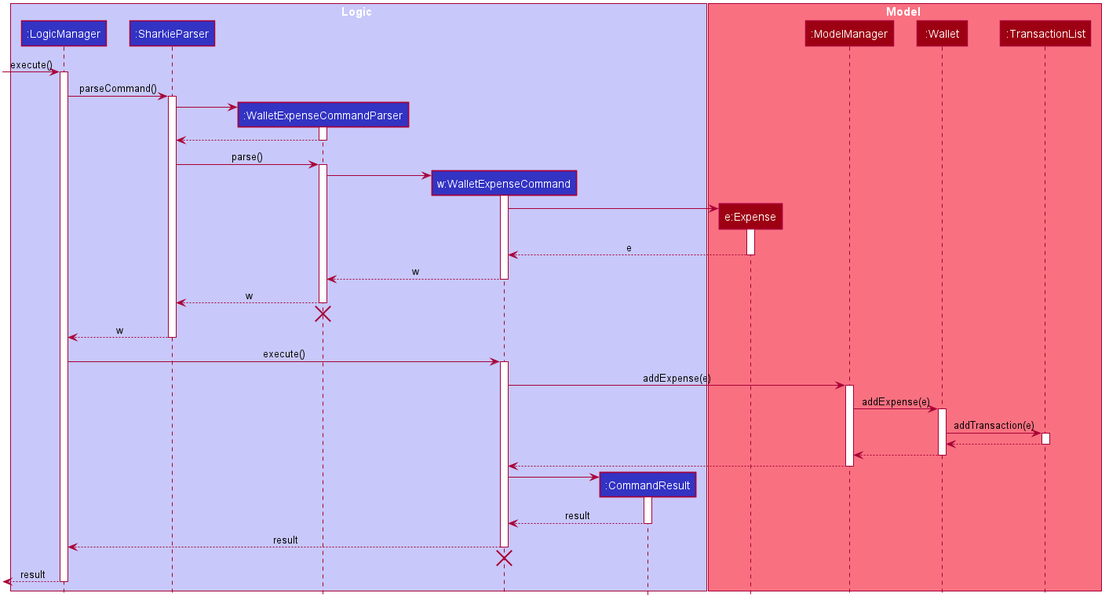
Before: docs/images/ExpenseSequenceDiagram.png, a diagram exported from PlantUML (syinyichen/main).
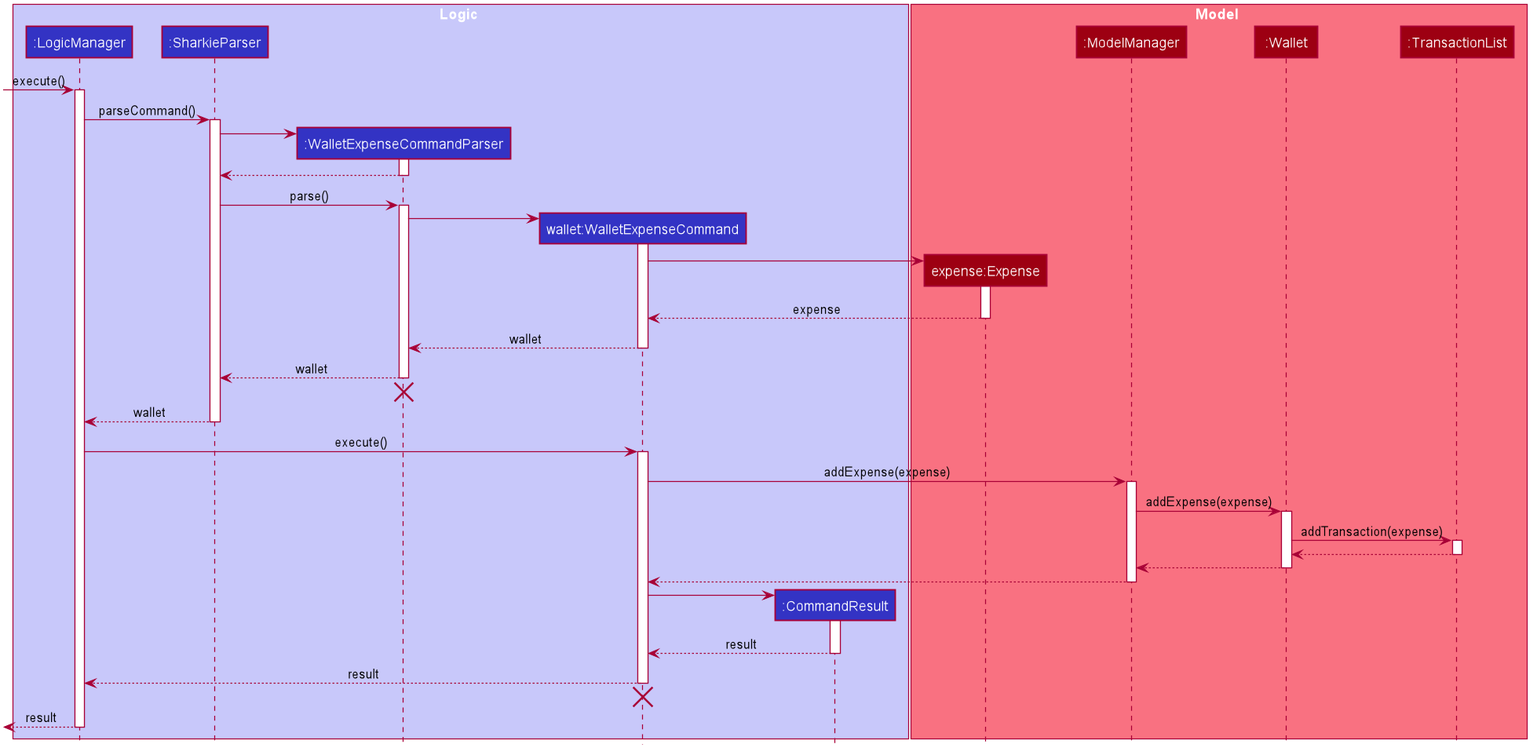
Later version of the same file.

What changed in the source:
```diff
@@ -17,6 +17,8 @@
     BorderColor #FFFFFF
     StereotypeFontColor #FFFFFF
     FontName Arial
+    AttributeFontColor #FFFFFF
+    AttributeFontName Arial
 }
 
 skinparam Actor {
@@ -52,12 +54,12 @@
 participant ":LogicManager" as Logic #3333C4
 participant ":SharkieParser" as SharkieParser #3333C4
 participant ":WalletExpenseCommandParser" as WalletExpenseCommandParser #3333C4
-participant "w:WalletExpenseCommand" as WalletExpenseCommand #3333C4
+participant "wallet:WalletExpenseCommand" as WalletExpenseCommand #3333C4
 participant ":CommandResult" as CommandResult #3333C4
 end box
 
 box Model #F97181
-participant "e:Expense" as Expense #9D0012
+participant "expense:Expense" as Expense #9D0012
 participant ":ModelManager" as ModelManager #9D0012
 participant ":Wallet" as Wallet #9D0012
 participant ":TransactionList" as TransactionList #9D0012
@@ -87,30 +89,30 @@
 WalletExpenseCommand -> Expense
 activate Expense
 
-Expense --> WalletExpenseCommand : e
+Expense --> WalletExpenseCommand : expense
 deactivate Expense
 
-WalletExpenseCommand --> WalletExpenseCommandParser : w
+WalletExpenseCommand --> WalletExpenseCommandParser : wallet
 deactivate WalletExpenseCommand
 
-WalletExpenseCommandParser --> SharkieParser : w
+WalletExpenseCommandParser --> SharkieParser : wallet
 deactivate WalletExpenseCommandParser
 WalletExpenseCommandParser -[hidden]-> SharkieParser
 destroy WalletExpenseCommandParser
 
-SharkieParser --> Logic : w
+SharkieParser --> Logic : wallet
 deactivate SharkieParser
 
 Logic -> WalletExpenseCommand : execute()
 activate WalletExpenseCommand
 
-WalletExpenseCommand -> ModelManager : addExpense(e)
+WalletExpenseCommand -> ModelManager : addExpense(expense)
 activate ModelManager
 
-ModelManager -> Wallet : addExpense(e)
+ModelManager -> Wallet : addExpense(expense)
 activate Wallet
 
-Wallet -> TransactionList : addTransaction(e)
+Wallet -> TransactionList : addTransaction(expense)
 activate TransactionList
 
 TransactionList --> Wallet
```
